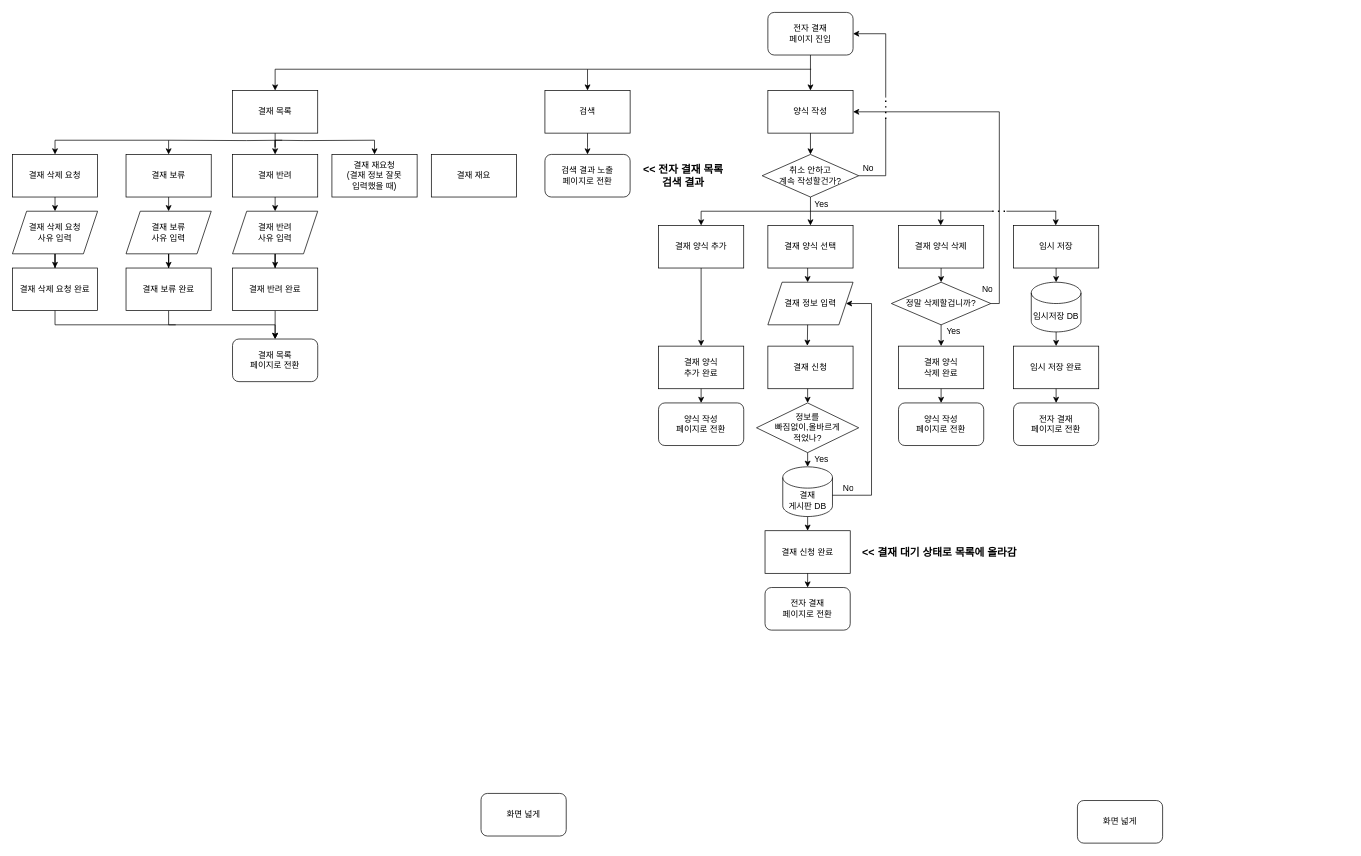
The draw.io diagram 프로젝트 전자결재 페이지 흐름도.drawio in yeong132/test-2, before the edit. Source tidied: cells renumbered, new cells numbered last; positions are measured from the earlier drawing's top-left corner, leaving out a move shared by most shapes. Both pictures are drawn from the tidied source at 71%, with x=0, y=0 at pixel (12, 12).
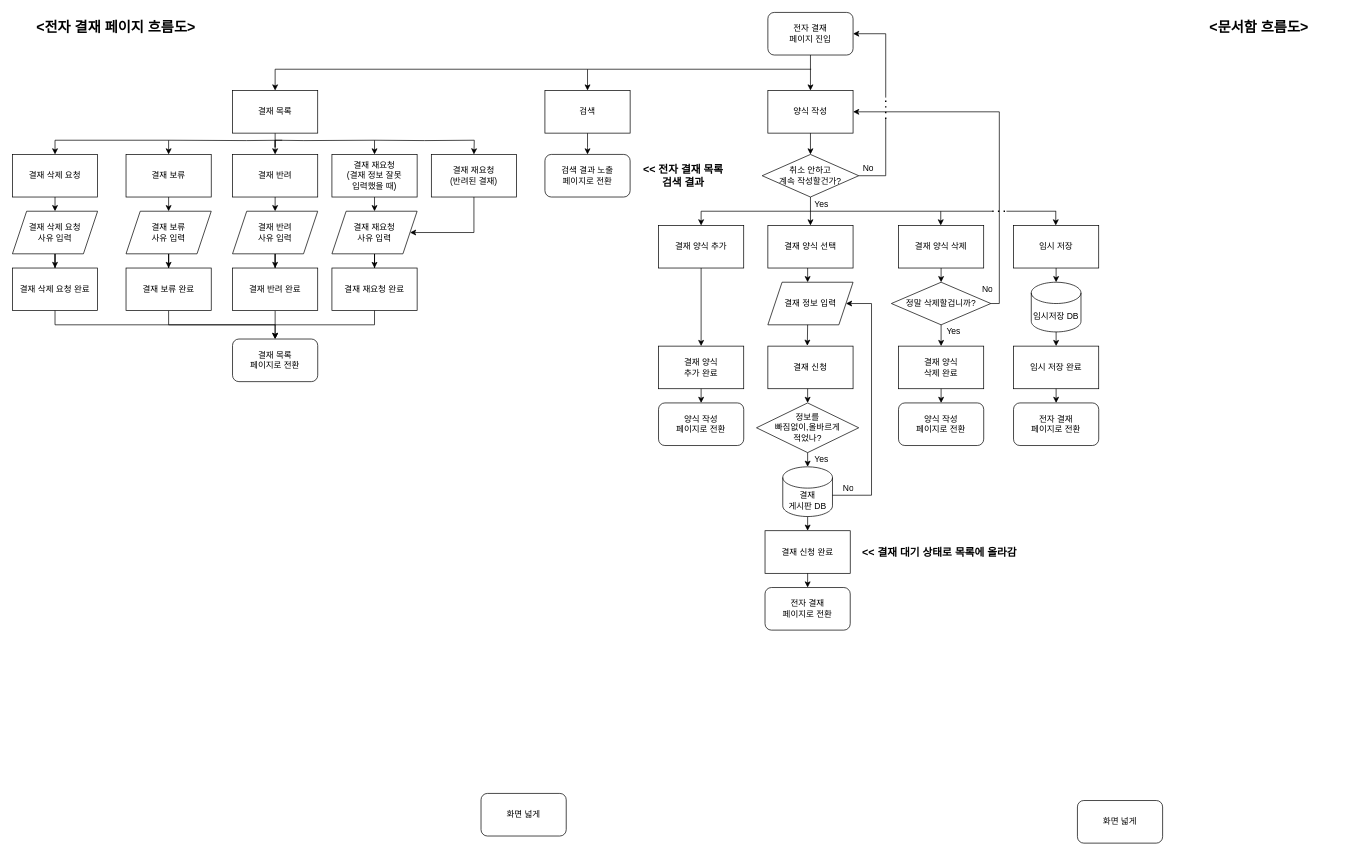
Above is the later version.

Commit message (it also covers changes not shown here):
프로젝트 전자결재 페이지 흐름도.drawio 업데이트

Change to the diagram source:
```diff
@@
-    <mxCell id="91" value="결재 재요" style="rounded=0;whiteSpace=wrap;html=1;" parent="1" vertex="1">
+    <mxCell id="91" value="결재 재요청&lt;div&gt;(반려된 결재)&lt;br&gt;&lt;/div&gt;" style="rounded=0;whiteSpace=wrap;html=1;" parent="1" vertex="1">
       <mxGeometry x="590" y="200" width="120" height="60" as="geometry" />
     </mxCell>
@@
     <mxCell id="99" style="endArrow=none;html=1;rounded=0;" parent="1" edge="1">
       <mxGeometry relative="1" as="geometry">
         <mxPoint x="60" y="440" as="sourcePoint" />
-        <mxPoint x="230" y="440" as="targetPoint" />
+        <mxPoint x="510" y="440" as="targetPoint" />
       </mxGeometry>
     </mxCell>
+    <mxCell id="100" style="edgeStyle=orthogonalEdgeStyle;rounded=0;orthogonalLoop=1;jettySize=auto;html=1;entryX=0.5;entryY=0;entryDx=0;entryDy=0;" parent="1" edge="1">
+      <mxGeometry relative="1" as="geometry">
+        <mxPoint x="510" y="180" as="sourcePoint" />
+        <mxPoint x="650" y="200" as="targetPoint" />
+      </mxGeometry>
+    </mxCell>
+    <mxCell id="101" style="edgeStyle=orthogonalEdgeStyle;rounded=0;jettySize=auto;html=1;" parent="1" edge="1" source="102" target="103">
+      <mxGeometry relative="1" as="geometry" />
+    </mxCell>
+    <mxCell id="102" value="&lt;div&gt;결재 재요청&lt;br&gt;사유 입력&lt;/div&gt;" style="shape=parallelogram;perimeter=parallelogramPerimeter;whiteSpace=wrap;html=1;fixedSize=1;" parent="1" vertex="1">
+      <mxGeometry x="450" y="280" width="120" height="60" as="geometry" />
+    </mxCell>
+    <mxCell id="103" value="결재 재요청 완료" style="whiteSpace=wrap;html=1;" parent="1" vertex="1">
+      <mxGeometry x="450" y="360" width="120" height="60" as="geometry" />
+    </mxCell>
+    <mxCell id="104" style="edgeStyle=orthogonalEdgeStyle;rounded=0;orthogonalLoop=1;jettySize=auto;html=1;exitX=0.5;exitY=1;exitDx=0;exitDy=0;" parent="1" edge="1">
+      <mxGeometry relative="1" as="geometry">
+        <mxPoint x="510" y="260" as="sourcePoint" />
+        <mxPoint x="510" y="260" as="targetPoint" />
+      </mxGeometry>
+    </mxCell>
+    <mxCell id="105" style="endArrow=classic;html=1;rounded=0;exitX=0.5;exitY=1;exitDx=0;exitDy=0;entryX=0.5;entryY=0;entryDx=0;entryDy=0;" parent="1" edge="1" target="102">
+      <mxGeometry relative="1" as="geometry">
+        <mxPoint x="510" y="260" as="sourcePoint" />
+      </mxGeometry>
+    </mxCell>
+    <mxCell id="106" style="endArrow=classic;html=1;rounded=0;entryX=1;entryY=0.5;entryDx=0;entryDy=0;exitX=0.5;exitY=1;exitDx=0;exitDy=0;" parent="1" edge="1" source="91" target="102">
+      <mxGeometry relative="1" as="geometry">
+        <Array as="points">
+          <mxPoint x="650" y="310" />
+        </Array>
+      </mxGeometry>
+    </mxCell>
+    <mxCell id="107" style="endArrow=none;html=1;rounded=0;exitX=0.5;exitY=1;exitDx=0;exitDy=0;" parent="1" edge="1" source="103">
+      <mxGeometry relative="1" as="geometry">
+        <mxPoint x="510" y="440" as="targetPoint" />
+      </mxGeometry>
+    </mxCell>
+    <mxCell id="108" value="&lt;b&gt;&lt;font style=&quot;font-size: 20px;&quot;&gt;&amp;lt;전자 결재 페이지 흐름도&amp;gt;&lt;/font&gt;&lt;/b&gt;" style="text;html=1;align=center;verticalAlign=middle;whiteSpace=wrap;rounded=0;strokeWidth=2;" parent="1" vertex="1">
+      <mxGeometry x="20" width="252" height="40" as="geometry" />
+    </mxCell>
+    <mxCell id="109" value="&lt;b&gt;&lt;font style=&quot;font-size: 20px;&quot;&gt;&amp;lt;문서함 흐름도&amp;gt;&lt;/font&gt;&lt;/b&gt;" style="text;html=1;align=center;verticalAlign=middle;whiteSpace=wrap;rounded=0;strokeWidth=2;" parent="1" vertex="1">
+      <mxGeometry x="1630" width="252" height="40" as="geometry" />
+    </mxCell>
```
